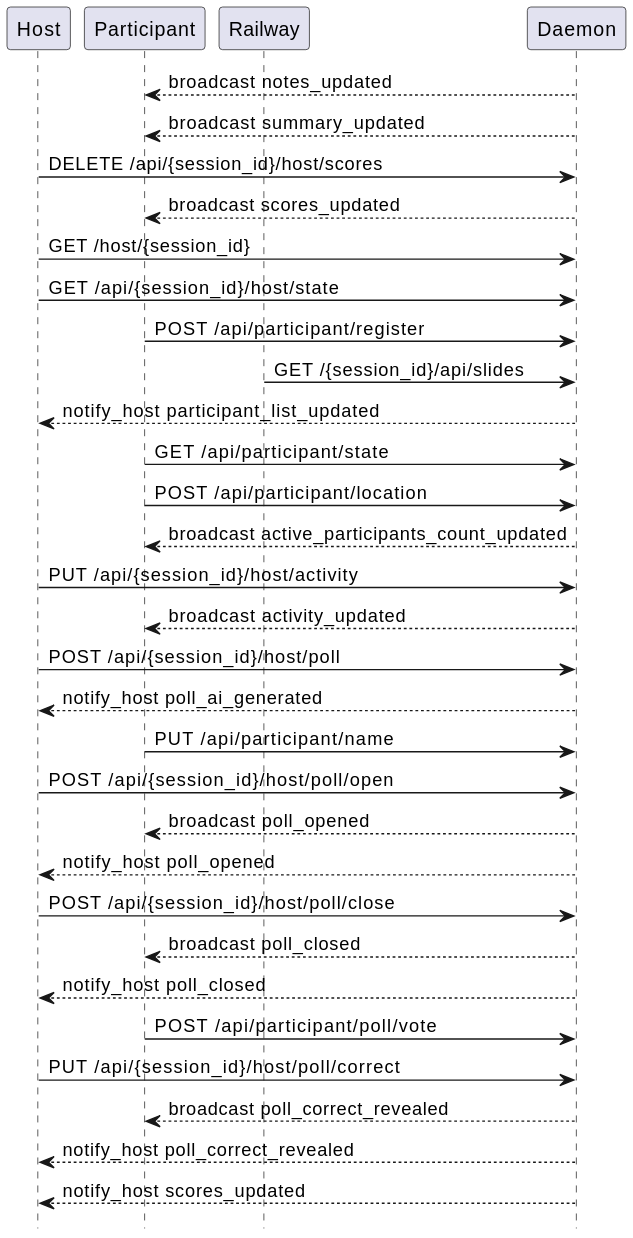
This is docs/sequences/extracted/svg/03-poll-and-quiz.svg from victorrentea/training-assistant, a PlantUML export, as it was before one commit. Its diagram source:
```plantuml
@startuml
hide footbox

participant "Host"
participant "Participant"
participant "Railway"
participant "Daemon"

"Daemon" --> "Participant": broadcast notes_updated
"Daemon" --> "Participant": broadcast summary_updated
"Host" -> "Daemon": DELETE /api/{session_id}/host/scores
"Daemon" --> "Participant": broadcast scores_updated
"Host" -> "Daemon": GET /host/{session_id}
"Host" -> "Daemon": GET /api/{session_id}/host/state
"Participant" -> "Daemon": POST /api/participant/register
"Railway" -> "Daemon": GET /{session_id}/api/slides
"Daemon" --> "Host": notify_host participant_list_updated
"Participant" -> "Daemon": GET /api/participant/state
"Participant" -> "Daemon": POST /api/participant/location
"Daemon" --> "Participant": broadcast active_participants_count_updated
"Host" -> "Daemon": PUT /api/{session_id}/host/activity
"Daemon" --> "Participant": broadcast activity_updated
"Host" -> "Daemon": POST /api/{session_id}/host/poll
"Daemon" --> "Host": notify_host poll_ai_generated
"Participant" -> "Daemon": PUT /api/participant/name
"Host" -> "Daemon": POST /api/{session_id}/host/poll/open
"Daemon" --> "Participant": broadcast poll_opened
"Daemon" --> "Host": notify_host poll_opened
"Host" -> "Daemon": POST /api/{session_id}/host/poll/close
"Daemon" --> "Participant": broadcast poll_closed
"Daemon" --> "Host": notify_host poll_closed
"Participant" -> "Daemon": POST /api/participant/poll/vote
"Host" -> "Daemon": PUT /api/{session_id}/host/poll/correct
"Daemon" --> "Participant": broadcast poll_correct_revealed
"Daemon" --> "Host": notify_host poll_correct_revealed
"Daemon" --> "Host": notify_host scores_updated
@enduml
```
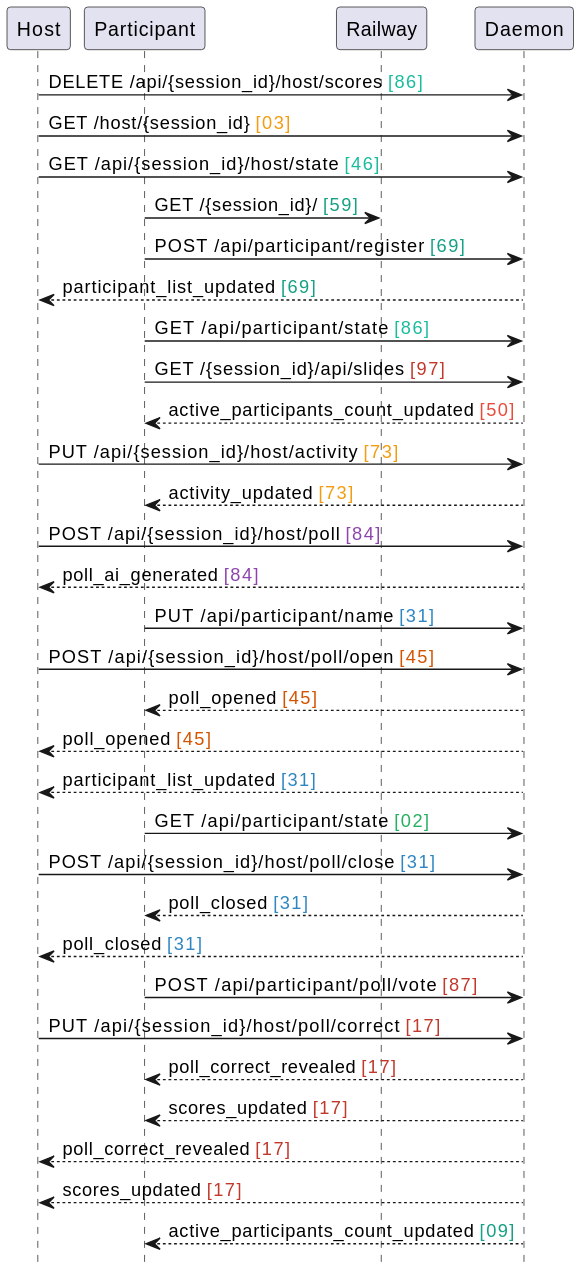
Later version of the same file.

Commit message:
docs: regenerated slides sequence — clean named actors, no generic Participant

Change to the diagram source:
```diff
@@ -6,32 +6,33 @@
 participant "Railway"
 participant "Daemon"
 
-"Daemon" --> "Participant": broadcast notes_updated
-"Daemon" --> "Participant": broadcast summary_updated
-"Host" -> "Daemon": DELETE /api/{session_id}/host/scores
-"Daemon" --> "Participant": broadcast scores_updated
-"Host" -> "Daemon": GET /host/{session_id}
-"Host" -> "Daemon": GET /api/{session_id}/host/state
-"Participant" -> "Daemon": POST /api/participant/register
-"Railway" -> "Daemon": GET /{session_id}/api/slides
-"Daemon" --> "Host": notify_host participant_list_updated
-"Participant" -> "Daemon": GET /api/participant/state
-"Participant" -> "Daemon": POST /api/participant/location
-"Daemon" --> "Participant": broadcast active_participants_count_updated
-"Host" -> "Daemon": PUT /api/{session_id}/host/activity
-"Daemon" --> "Participant": broadcast activity_updated
-"Host" -> "Daemon": POST /api/{session_id}/host/poll
-"Daemon" --> "Host": notify_host poll_ai_generated
-"Participant" -> "Daemon": PUT /api/participant/name
-"Host" -> "Daemon": POST /api/{session_id}/host/poll/open
-"Daemon" --> "Participant": broadcast poll_opened
-"Daemon" --> "Host": notify_host poll_opened
-"Host" -> "Daemon": POST /api/{session_id}/host/poll/close
-"Daemon" --> "Participant": broadcast poll_closed
-"Daemon" --> "Host": notify_host poll_closed
-"Participant" -> "Daemon": POST /api/participant/poll/vote
-"Host" -> "Daemon": PUT /api/{session_id}/host/poll/correct
-"Daemon" --> "Participant": broadcast poll_correct_revealed
-"Daemon" --> "Host": notify_host poll_correct_revealed
-"Daemon" --> "Host": notify_host scores_updated
+"Host" -> "Daemon": DELETE /api/{session_id}/host/scores <color:#1ABC9C>[86]</color>
+"Host" -> "Daemon": GET /host/{session_id} <color:#F39C12>[03]</color>
+"Host" -> "Daemon": GET /api/{session_id}/host/state <color:#1ABC9C>[46]</color>
+"Participant" -> "Railway": GET /{session_id}/ <color:#16A085>[59]</color>
+"Participant" -> "Daemon": POST /api/participant/register <color:#16A085>[69]</color>
+"Daemon" --> "Host": participant_list_updated <color:#16A085>[69]</color>
+"Participant" -> "Daemon": GET /api/participant/state <color:#1ABC9C>[86]</color>
+"Participant" -> "Daemon": GET /{session_id}/api/slides <color:#C0392B>[97]</color>
+"Daemon" --> "Participant": active_participants_count_updated <color:#E74C3C>[50]</color>
+"Host" -> "Daemon": PUT /api/{session_id}/host/activity <color:#F39C12>[73]</color>
+"Daemon" --> "Participant": activity_updated <color:#F39C12>[73]</color>
+"Host" -> "Daemon": POST /api/{session_id}/host/poll <color:#8E44AD>[84]</color>
+"Daemon" --> "Host": poll_ai_generated <color:#8E44AD>[84]</color>
+"Participant" -> "Daemon": PUT /api/participant/name <color:#2E86C1>[31]</color>
+"Host" -> "Daemon": POST /api/{session_id}/host/poll/open <color:#D35400>[45]</color>
+"Daemon" --> "Participant": poll_opened <color:#D35400>[45]</color>
+"Daemon" --> "Host": poll_opened <color:#D35400>[45]</color>
+"Daemon" --> "Host": participant_list_updated <color:#2E86C1>[31]</color>
+"Participant" -> "Daemon": GET /api/participant/state <color:#27AE60>[02]</color>
+"Host" -> "Daemon": POST /api/{session_id}/host/poll/close <color:#2E86C1>[31]</color>
+"Daemon" --> "Participant": poll_closed <color:#2E86C1>[31]</color>
+"Daemon" --> "Host": poll_closed <color:#2E86C1>[31]</color>
+"Participant" -> "Daemon": POST /api/participant/poll/vote <color:#C0392B>[87]</color>
+"Host" -> "Daemon": PUT /api/{session_id}/host/poll/correct <color:#C0392B>[17]</color>
+"Daemon" --> "Participant": poll_correct_revealed <color:#C0392B>[17]</color>
+"Daemon" --> "Participant": scores_updated <color:#C0392B>[17]</color>
+"Daemon" --> "Host": poll_correct_revealed <color:#C0392B>[17]</color>
+"Daemon" --> "Host": scores_updated <color:#C0392B>[17]</color>
+"Daemon" --> "Participant": active_participants_count_updated <color:#16A085>[09]</color>
 @enduml
```
